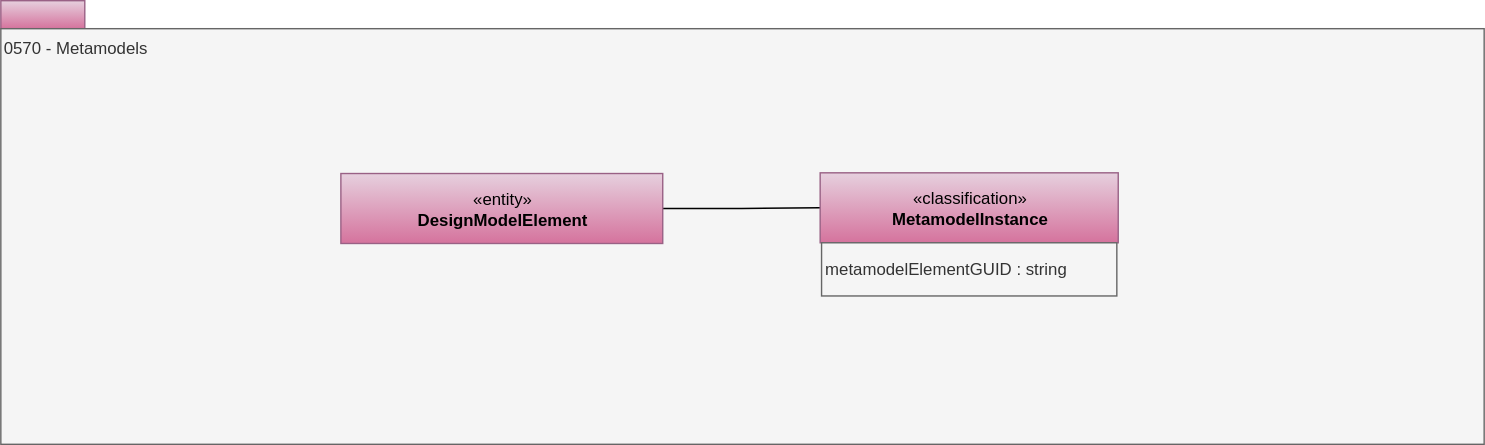
Above: site/docs/types/5/0570-Metamodels.svg in odpi/egeria-docs (draw.io), before the change. Source tidied: cells renumbered, new cells last; positions are measured from the earlier drawing's top-left corner, leaving out a move shared by most shapes.
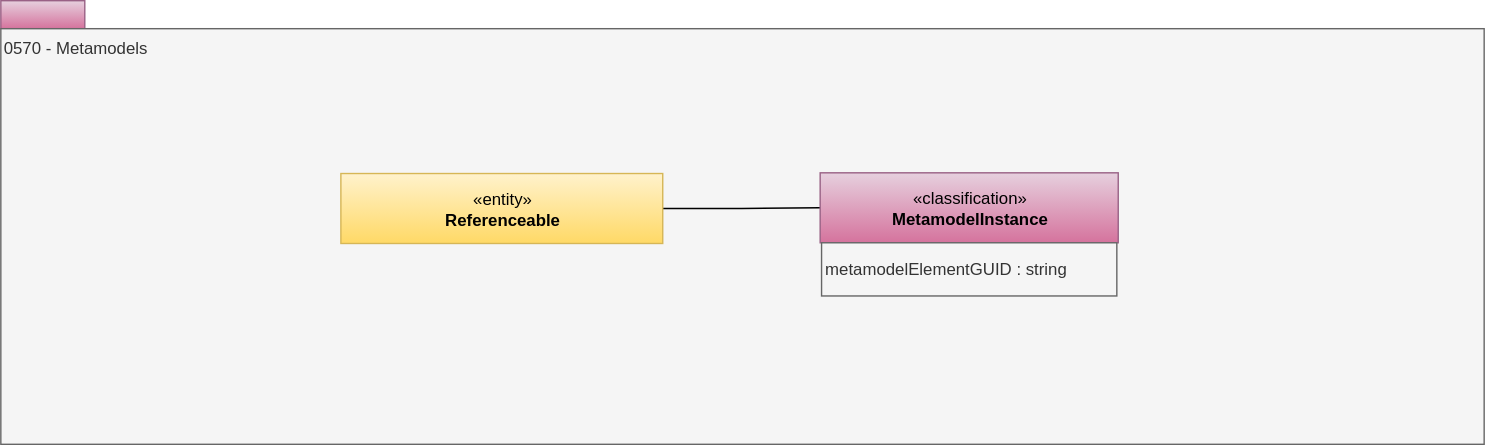
After the change.

Diff of the diagram source:
```diff
@@ -11,7 +11,7 @@
     <mxCell id="4" style="edgeStyle=orthogonalEdgeStyle;rounded=0;jettySize=auto;html=1;exitX=1;exitY=0.5;exitDx=0;exitDy=0;entryX=0;entryY=0.5;entryDx=0;entryDy=0;endArrow=none;endFill=0;" parent="1" edge="1" source="5" target="6">
       <mxGeometry relative="1" as="geometry" />
     </mxCell>
-    <mxCell id="5" value="«entity»&lt;br&gt;&lt;b&gt;DesignModelElement&lt;/b&gt;" style="html=1;strokeColor=#996185;align=center;fillColor=#e6d0de;gradientColor=#d5739d;" parent="1" vertex="1">
+    <mxCell id="5" value="«entity»&lt;br&gt;&lt;b&gt;Referenceable&lt;/b&gt;" style="html=1;strokeColor=#d6b656;align=center;fillColor=#fff2cc;gradientColor=#ffd966;" parent="1" vertex="1">
       <mxGeometry x="243" y="123.5" width="230" height="50" as="geometry" />
     </mxCell>
     <mxCell id="6" value="«classification»&lt;br&gt;&lt;b&gt;MetamodelInstance&lt;/b&gt;" style="html=1;strokeColor=#996185;align=center;fillColor=#e6d0de;gradientColor=#d5739d;" parent="1" vertex="1">
```
